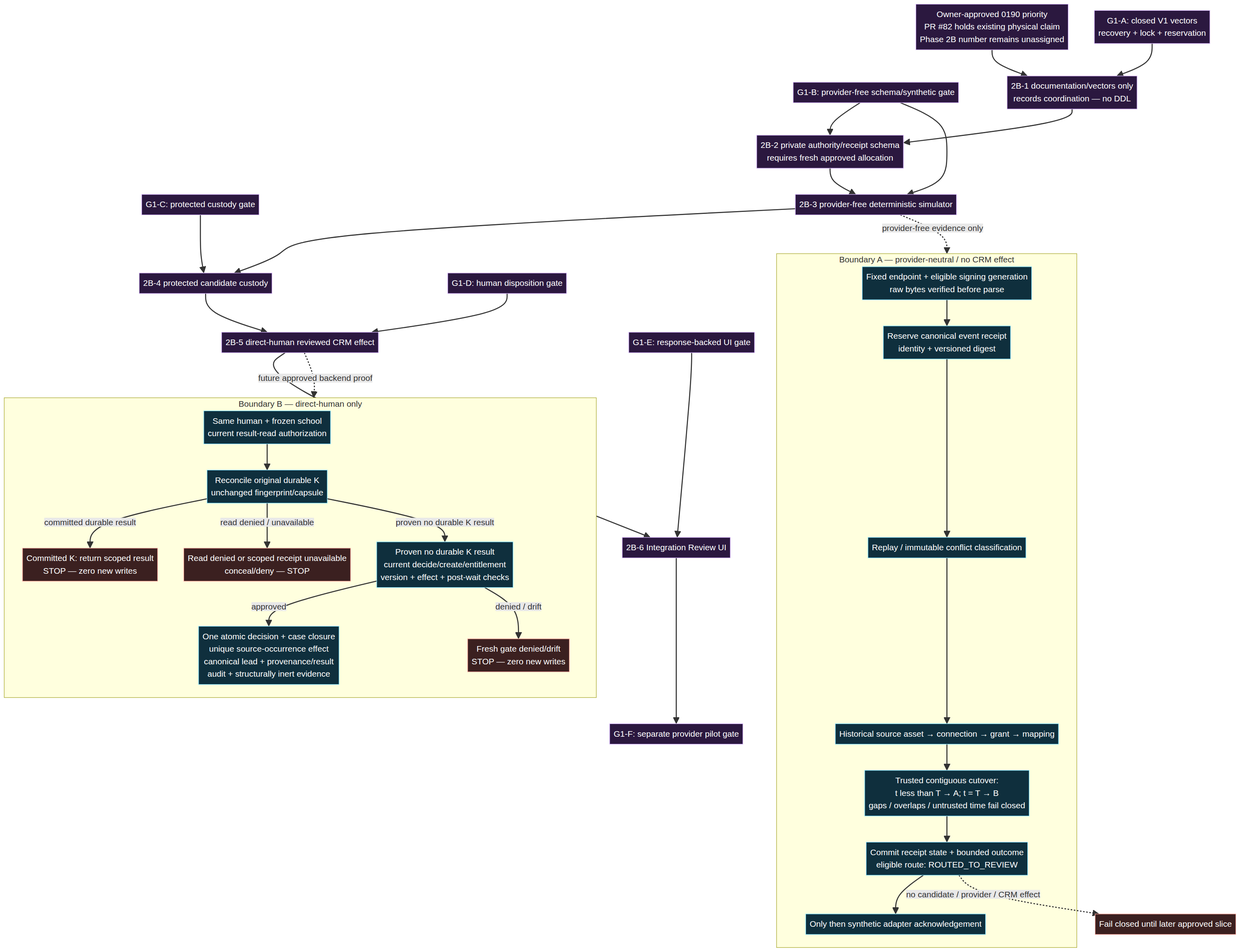
Above: docs/diagrams/phase-2b-contract-flow.png in myhonosai/honos (Mermaid), before the change. Its source is kept beside it as docs/diagrams/phase-2b-contract-flow.mmd. Source of this version:
```mermaid
flowchart TD
  Coord[Owner-approved 0190 priority\nPR #82 holds existing physical claim\nPhase 2B number remains unassigned]
  G1A[G1-A: closed V1 vectors\nrecovery + lock + reservation]
  G1B[G1-B: provider-free schema/synthetic gate]
  G1C[G1-C: protected custody gate]
  G1D[G1-D: human disposition gate]
  G1E[G1-E: response-backed UI gate]
  Pilot[G1-F: separate provider pilot gate]

  C1[2B-1 documentation/vectors only\nrecords coordination — no DDL]
  C2[2B-2 private authority/receipt schema\nrequires fresh approved allocation]
  C3[2B-3 provider-free deterministic simulator]
  C4[2B-4 protected candidate custody]
  C5[2B-5 direct-human reviewed CRM effect]
  C6[2B-6 Integration Review UI]

  Coord --> C1
  G1A --> C1
  C1 --> C2
  G1B --> C2
  C2 --> C3
  G1B --> C3
  C3 --> C4
  G1C --> C4
  C4 --> C5
  G1D --> C5
  C5 --> C6
  G1E --> C6
  C6 --> Pilot

  subgraph Ingress[Boundary A — provider-neutral / no CRM effect]
    Verify[Fixed endpoint + eligible signing generation\nraw bytes verified before parse]
    Receipt[Reserve canonical event receipt\nidentity + versioned digest]
    Classify[Replay / immutable conflict classification]
    Route[Historical source asset → connection → grant → mapping]
    Cutover[Trusted contiguous cutover:\nt less than T → A; t = T → B\ngaps / overlaps / untrusted time fail closed]
    Durable[Commit receipt state + bounded outcome\neligible route: ROUTED_TO_REVIEW]
    Ack[Only then synthetic adapter acknowledgement]
    Verify --> Receipt --> Classify --> Route --> Cutover --> Durable --> Ack
  end

  subgraph Review[Boundary B — direct-human only]
    ReadAuth[Same human + frozen school\ncurrent result-read authorization]
    Reconcile[Reconcile original durable K\nunchanged fingerprint/capsule]
    ResultStop[Committed K: return scoped result\nSTOP — zero new writes]
    Conceal[Read denied or scoped receipt unavailable\nconceal/deny — STOP]
    FreshGate[Proven no durable K result\ncurrent decide/create/entitlement\nversion + effect + post-wait checks]
    FreshStop[Fresh gate denied/drift\nSTOP — zero new writes]
    Atomic[One atomic decision + case closure\nunique source-occurrence effect\ncanonical lead + provenance/result\naudit + structurally inert evidence]
    ReadAuth --> Reconcile
    Reconcile -->|committed durable result| ResultStop
    Reconcile -->|read denied / unavailable| Conceal
    Reconcile -->|proven no durable K result| FreshGate
    FreshGate -->|approved| Atomic
    FreshGate -->|denied / drift| FreshStop
  end

  C3 -. provider-free evidence only .-> Ingress
  C5 -. future approved backend proof .-> Review
  Durable -. no candidate / provider / CRM effect .-> Hold[Fail closed until later approved slice]

  classDef gate fill:#2b183f,stroke:#d9b7ff,color:#fff
  classDef boundary fill:#0f2f3d,stroke:#7ee1ff,color:#fff
  classDef stop fill:#3b2020,stroke:#ffaaa0,color:#fff
  class Coord,G1A,G1B,G1C,G1D,G1E,Pilot,C1,C2,C3,C4,C5,C6 gate
  class Verify,Receipt,Classify,Route,Cutover,Durable,Ack,ReadAuth,Reconcile,FreshGate,Atomic boundary
  class ResultStop,Conceal,FreshStop,Hold stop
```
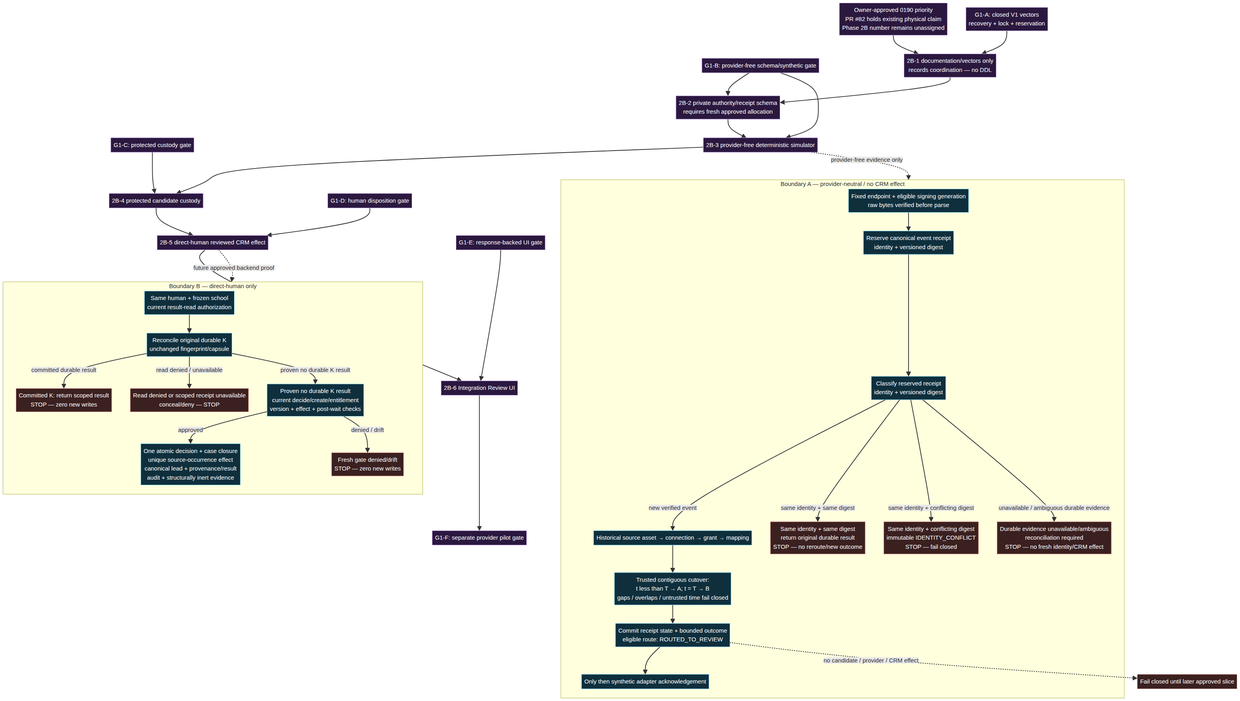
After the commit.

Commit message:
docs(phase2b): clarify ingress replay contract

What changed in the source:
```diff
@@ -31,12 +31,19 @@
   subgraph Ingress[Boundary A — provider-neutral / no CRM effect]
     Verify[Fixed endpoint + eligible signing generation\nraw bytes verified before parse]
     Receipt[Reserve canonical event receipt\nidentity + versioned digest]
-    Classify[Replay / immutable conflict classification]
+    Classify[Classify reserved receipt\nidentity + versioned digest]
+    ReplayReturn[Same identity + same digest\nreturn original durable result\nSTOP — no reroute/new outcome]
+    ConflictStop[Same identity + conflicting digest\nimmutable IDENTITY_CONFLICT\nSTOP — fail closed]
+    EvidenceReconcile[Durable evidence unavailable/ambiguous\nreconciliation required\nSTOP — no fresh identity/CRM effect]
     Route[Historical source asset → connection → grant → mapping]
     Cutover[Trusted contiguous cutover:\nt less than T → A; t = T → B\ngaps / overlaps / untrusted time fail closed]
     Durable[Commit receipt state + bounded outcome\neligible route: ROUTED_TO_REVIEW]
     Ack[Only then synthetic adapter acknowledgement]
-    Verify --> Receipt --> Classify --> Route --> Cutover --> Durable --> Ack
+    Verify --> Receipt --> Classify
+    Classify -->|new verified event| Route --> Cutover --> Durable --> Ack
+    Classify -->|same identity + same digest| ReplayReturn
+    Classify -->|same identity + conflicting digest| ConflictStop
+    Classify -->|unavailable / ambiguous durable evidence| EvidenceReconcile
   end
 
   subgraph Review[Boundary B — direct-human only]
@@ -64,4 +71,4 @@
   classDef stop fill:#3b2020,stroke:#ffaaa0,color:#fff
   class Coord,G1A,G1B,G1C,G1D,G1E,Pilot,C1,C2,C3,C4,C5,C6 gate
   class Verify,Receipt,Classify,Route,Cutover,Durable,Ack,ReadAuth,Reconcile,FreshGate,Atomic boundary
-  class ResultStop,Conceal,FreshStop,Hold stop
+  class ReplayReturn,ConflictStop,EvidenceReconcile,ResultStop,Conceal,FreshStop,Hold stop
```
